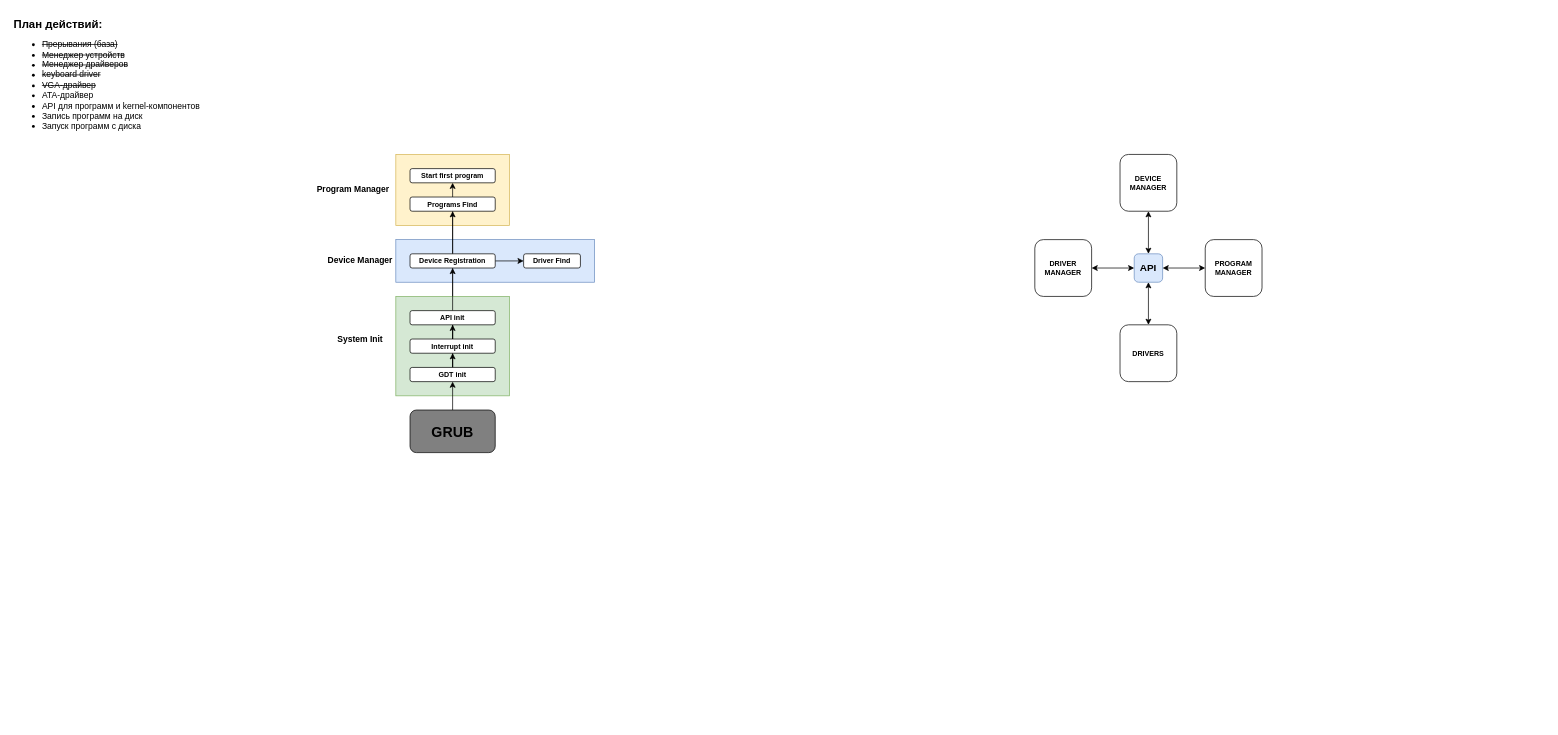
Above: page "Page-1" (1 of 2) of docs/arch.drawio in igmunv/ponos (draw.io), before the change. Source tidied: cells renumbered, new cells numbered last; positions are measured from the earlier drawing's top-left corner, leaving out a move shared by most shapes. Both pictures are drawn from the tidied source at 71%, with x=0, y=0 at pixel (12, 12).
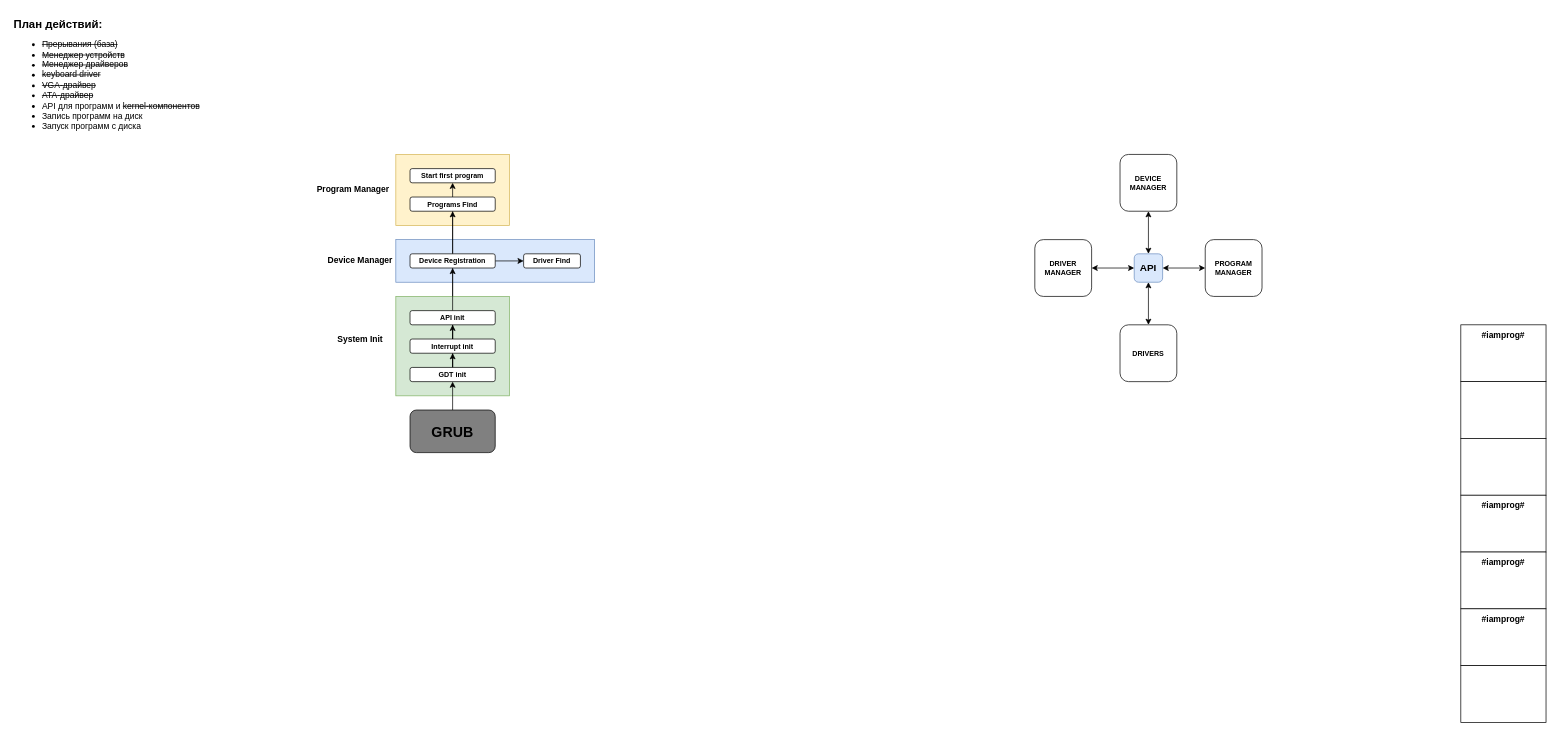
The same page after the edit.

Diff of the diagram source:
```diff
@@
-    <mxCell id="6" value="&lt;b&gt;&lt;font style=&quot;font-size: 16px;&quot;&gt;План действий:&lt;/font&gt;&lt;/b&gt;&lt;div&gt;&lt;ul&gt;&lt;li&gt;&lt;strike&gt;Прерывания (база)&lt;/strike&gt;&lt;/li&gt;&lt;li&gt;&lt;strike&gt;Менеджер устройств&lt;/strike&gt;&lt;/li&gt;&lt;li&gt;&lt;strike&gt;Менеджер драйверов&lt;/strike&gt;&lt;/li&gt;&lt;li&gt;&lt;strike&gt;keyboard driver&lt;/strike&gt;&lt;/li&gt;&lt;li&gt;&lt;strike&gt;VGA-драйвер&lt;/strike&gt;&lt;/li&gt;&lt;li&gt;ATA-драйвер&lt;/li&gt;&lt;li&gt;&lt;span style=&quot;background-color: transparent; color: light-dark(rgb(0, 0, 0), rgb(255, 255, 255));&quot;&gt;API для программ и kernel-компонентов&lt;/span&gt;&lt;/li&gt;&lt;li&gt;&lt;span style=&quot;background-color: transparent; color: light-dark(rgb(0, 0, 0), rgb(255, 255, 255));&quot;&gt;Запись программ на диск&lt;/span&gt;&lt;/li&gt;&lt;li&gt;Запуск программ с диска&lt;/li&gt;&lt;/ul&gt;&lt;/div&gt;" style="text;html=1;whiteSpace=wrap;strokeColor=none;fillColor=none;align=left;verticalAlign=top;rounded=0;" parent="1" vertex="1">
+    <mxCell id="6" value="&lt;b&gt;&lt;font style=&quot;font-size: 16px;&quot;&gt;План действий:&lt;/font&gt;&lt;/b&gt;&lt;div&gt;&lt;ul&gt;&lt;li&gt;&lt;strike&gt;Прерывания (база)&lt;/strike&gt;&lt;/li&gt;&lt;li&gt;&lt;strike&gt;Менеджер устройств&lt;/strike&gt;&lt;/li&gt;&lt;li&gt;&lt;strike&gt;Менеджер драйверов&lt;/strike&gt;&lt;/li&gt;&lt;li&gt;&lt;strike&gt;keyboard driver&lt;/strike&gt;&lt;/li&gt;&lt;li&gt;&lt;strike&gt;VGA-драйвер&lt;/strike&gt;&lt;/li&gt;&lt;li&gt;&lt;strike&gt;ATA-драйвер&lt;/strike&gt;&lt;/li&gt;&lt;li&gt;&lt;span style=&quot;background-color: transparent; color: light-dark(rgb(0, 0, 0), rgb(255, 255, 255));&quot;&gt;API для программ и &lt;strike&gt;kernel-компонентов&lt;/strike&gt;&lt;/span&gt;&lt;/li&gt;&lt;li&gt;&lt;span style=&quot;background-color: transparent; color: light-dark(rgb(0, 0, 0), rgb(255, 255, 255));&quot;&gt;Запись программ на диск&lt;/span&gt;&lt;/li&gt;&lt;li&gt;Запуск программ с диска&lt;/li&gt;&lt;/ul&gt;&lt;/div&gt;" style="text;html=1;whiteSpace=wrap;strokeColor=none;fillColor=none;align=left;verticalAlign=top;rounded=0;" parent="1" vertex="1">
       <mxGeometry width="290" height="220" as="geometry" />
     </mxCell>
@@
+    <mxCell id="33" style="rounded=0;whiteSpace=wrap;html=1;" parent="1" vertex="1">
+      <mxGeometry x="2040" y="440" width="120" height="80" as="geometry" />
+    </mxCell>
+    <mxCell id="34" value="#iamprog#" style="text;html=1;whiteSpace=wrap;strokeColor=none;fillColor=none;align=center;verticalAlign=middle;rounded=0;fontStyle=1;" parent="1" vertex="1">
+      <mxGeometry x="2070" y="440" width="60" height="30" as="geometry" />
+    </mxCell>
+    <mxCell id="35" style="rounded=0;whiteSpace=wrap;html=1;" parent="1" vertex="1">
+      <mxGeometry x="2040" y="520" width="120" height="80" as="geometry" />
+    </mxCell>
+    <mxCell id="36" style="rounded=0;whiteSpace=wrap;html=1;" parent="1" vertex="1">
+      <mxGeometry x="2040" y="600" width="120" height="80" as="geometry" />
+    </mxCell>
+    <mxCell id="37" style="rounded=0;whiteSpace=wrap;html=1;" parent="1" vertex="1">
+      <mxGeometry x="2040" y="680" width="120" height="80" as="geometry" />
+    </mxCell>
+    <mxCell id="38" value="#iamprog#" style="text;html=1;whiteSpace=wrap;strokeColor=none;fillColor=none;align=center;verticalAlign=middle;rounded=0;fontStyle=1;" parent="1" vertex="1">
+      <mxGeometry x="2070" y="680" width="60" height="30" as="geometry" />
+    </mxCell>
+    <mxCell id="39" style="rounded=0;whiteSpace=wrap;html=1;" parent="1" vertex="1">
+      <mxGeometry x="2040" y="760" width="120" height="80" as="geometry" />
+    </mxCell>
+    <mxCell id="40" value="#iamprog#" style="text;html=1;whiteSpace=wrap;strokeColor=none;fillColor=none;align=center;verticalAlign=middle;rounded=0;fontStyle=1;" parent="1" vertex="1">
+      <mxGeometry x="2070" y="760" width="60" height="30" as="geometry" />
+    </mxCell>
+    <mxCell id="41" style="rounded=0;whiteSpace=wrap;html=1;" parent="1" vertex="1">
+      <mxGeometry x="2040" y="840" width="120" height="80" as="geometry" />
+    </mxCell>
+    <mxCell id="42" value="#iamprog#" style="text;html=1;whiteSpace=wrap;strokeColor=none;fillColor=none;align=center;verticalAlign=middle;rounded=0;fontStyle=1;" parent="1" vertex="1">
+      <mxGeometry x="2070" y="840" width="60" height="30" as="geometry" />
+    </mxCell>
+    <mxCell id="43" style="rounded=0;whiteSpace=wrap;html=1;" parent="1" vertex="1">
+      <mxGeometry x="2040" y="920" width="120" height="80" as="geometry" />
+    </mxCell>
```
